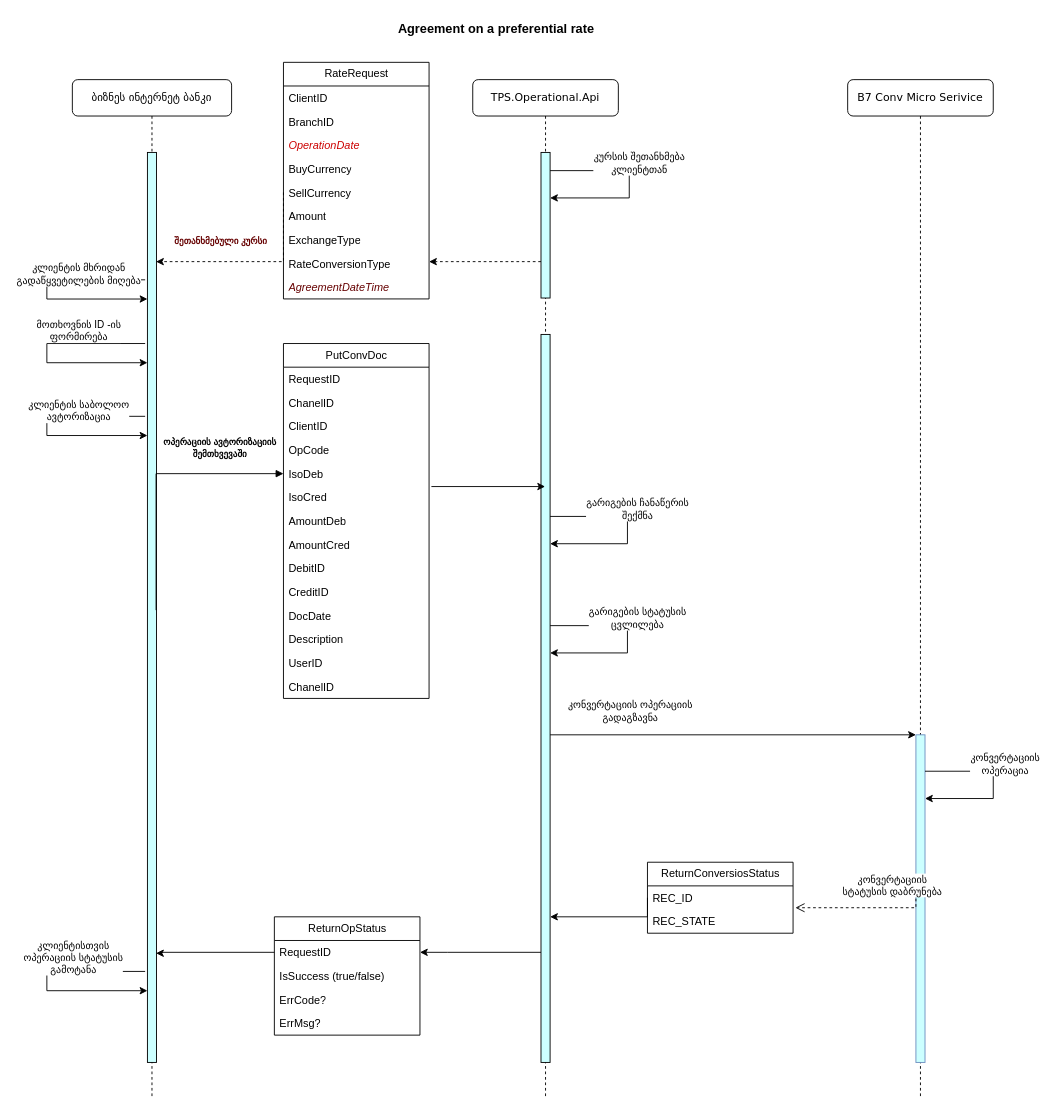
Earlier version of the draw.io diagram page "შეღავთიანი კურსზე სიტყვიერი შეთანხმება SD" (2 of 4) of RateDealSequenceDiagramB7.drawio (vaso514d/drawio). Source tidied: cells renumbered, new cells numbered last; positions are measured from the earlier drawing's top-left corner, leaving out a move shared by most shapes. Both pictures are drawn from the tidied source at 91%, with x=0, y=0 at pixel (46, 15).
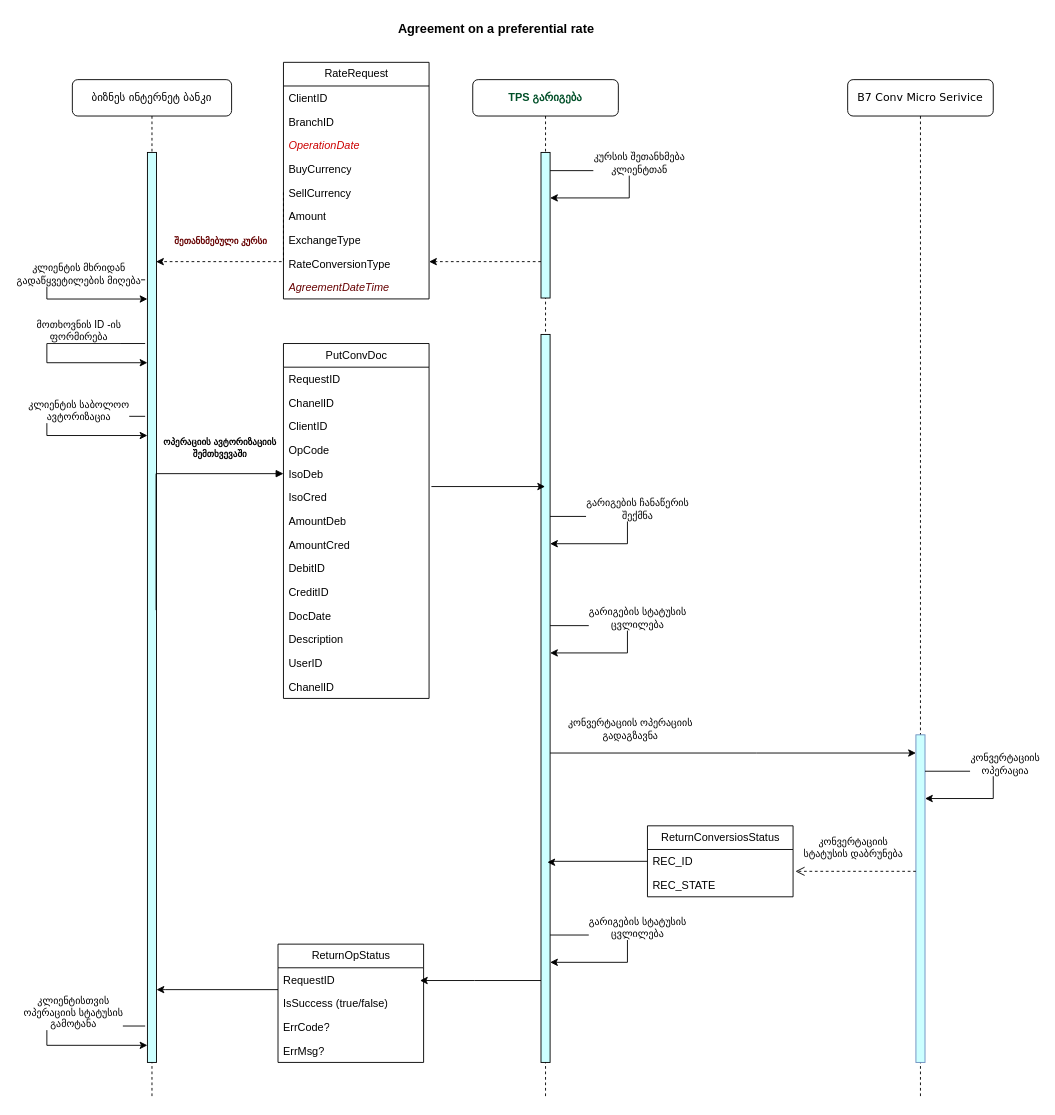
The same diagram, later.

Unchanged cells that the change refers to:
```xml
<mxCell id="2" value="ბიზნეს ინტერნეტ ბანკი" style="shape=umlLifeline;perimeter=lifelinePerimeter;whiteSpace=wrap;html=1;rounded=1;shadow=0;comic=0;labelBackgroundColor=none;strokeWidth=1;fontFamily=Verdana;fontSize=12;align=center;" parent="1" vertex="1">
  <mxGeometry x="28" y="70" width="175" height="1120" as="geometry" />
</mxCell>
<mxCell id="3" style="html=1;points=[];perimeter=orthogonalPerimeter;rounded=0;shadow=0;comic=0;labelBackgroundColor=none;strokeWidth=1;fontFamily=Verdana;fontSize=12;align=center;fillColor=#CCFFFF;" parent="2" vertex="1">
  <mxGeometry x="82.5" y="80" width="10" height="1000" as="geometry" />
</mxCell>
<mxCell id="14" style="html=1;points=[];perimeter=orthogonalPerimeter;outlineConnect=0;targetShapes=umlLifeline;portConstraint=eastwest;newEdgeStyle={&quot;edgeStyle&quot;:&quot;elbowEdgeStyle&quot;,&quot;elbow&quot;:&quot;vertical&quot;,&quot;curved&quot;:0,&quot;rounded&quot;:0};fillColor=#CCFFFF;" parent="12" vertex="1">
  <mxGeometry x="75" y="280" width="10" height="800" as="geometry" />
</mxCell>
<mxCell id="32" value="B7 Conv Micro Serivice" style="shape=umlLifeline;perimeter=lifelinePerimeter;whiteSpace=wrap;html=1;rounded=1;shadow=0;comic=0;labelBackgroundColor=none;strokeWidth=1;fontFamily=Verdana;fontSize=12;align=center;" parent="1" vertex="1">
  <mxGeometry x="880" y="70" width="160" height="1120" as="geometry" />
</mxCell>
<mxCell id="33" style="html=1;points=[];perimeter=orthogonalPerimeter;outlineConnect=0;targetShapes=umlLifeline;portConstraint=eastwest;newEdgeStyle={&quot;edgeStyle&quot;:&quot;elbowEdgeStyle&quot;,&quot;elbow&quot;:&quot;vertical&quot;,&quot;curved&quot;:0,&quot;rounded&quot;:0};fillColor=#CCFFFF;strokeColor=#6c8ebf;" parent="32" vertex="1">
  <mxGeometry x="75" y="720" width="10" height="360" as="geometry" />
</mxCell>
<mxCell id="39" value="RequestID" style="text;strokeColor=none;fillColor=none;align=left;verticalAlign=top;spacingLeft=4;spacingRight=4;overflow=hidden;points=[[0,0.5],[1,0.5]];portConstraint=eastwest;whiteSpace=wrap;html=1;fontColor=#000000;" parent="38" vertex="1">
  <mxGeometry y="26" width="160" height="26" as="geometry" />
</mxCell>
<mxCell id="64" value="REC_ID" style="text;strokeColor=none;fillColor=none;align=left;verticalAlign=top;spacingLeft=4;spacingRight=4;overflow=hidden;points=[[0,0.5],[1,0.5]];portConstraint=eastwest;whiteSpace=wrap;html=1;fontColor=#000000;" parent="63" vertex="1">
  <mxGeometry y="26" width="160" height="26" as="geometry" />
</mxCell>
```

What changed in the source:
```diff
@@
     <mxCell id="8" style="endArrow=classic;html=1;rounded=0;strokeColor=default;edgeStyle=orthogonalEdgeStyle;exitX=0.2;exitY=0.153;exitDx=0;exitDy=0;exitPerimeter=0;" parent="2" edge="1">
       <mxGeometry relative="1" as="geometry">
-        <mxPoint x="80" y="980" as="sourcePoint" />
-        <mxPoint x="82.5" y="1001.2" as="targetPoint" />
+        <mxPoint x="80" y="1040" as="sourcePoint" />
+        <mxPoint x="82.5" y="1061.2" as="targetPoint" />
         <Array as="points">
-          <mxPoint x="-28" y="980" />
-          <mxPoint x="-28" y="1001" />
+          <mxPoint x="-28" y="1040" />
+          <mxPoint x="-28" y="1061" />
         </Array>
       </mxGeometry>
     </mxCell>
@@
-    <mxCell id="12" value="TPS.Operational.Api" style="shape=umlLifeline;perimeter=lifelinePerimeter;whiteSpace=wrap;html=1;outlineConnect=0;rounded=1;shadow=0;comic=0;labelBackgroundColor=none;strokeWidth=1;fontFamily=Verdana;fontSize=12;align=center;" parent="1" vertex="1">
+    <mxCell id="12" value="&lt;b style=&quot;border-color: var(--border-color); font-family: Helvetica; color: rgb(0, 79, 40);&quot;&gt;TPS&amp;nbsp;გარიგება&lt;/b&gt;" style="shape=umlLifeline;perimeter=lifelinePerimeter;whiteSpace=wrap;html=1;outlineConnect=0;rounded=1;shadow=0;comic=0;labelBackgroundColor=none;strokeWidth=1;fontFamily=Verdana;fontSize=12;align=center;" parent="1" vertex="1">
       <mxGeometry x="468" y="70" width="160" height="1120" as="geometry" />
     </mxCell>
@@
+    <mxCell id="70" style="endArrow=classic;html=1;rounded=0;strokeColor=default;edgeStyle=orthogonalEdgeStyle;" parent="12" edge="1">
+      <mxGeometry relative="1" as="geometry">
+        <mxPoint x="85" y="940" as="sourcePoint" />
+        <mxPoint x="85" y="970" as="targetPoint" />
+        <Array as="points">
+          <mxPoint x="170" y="940.5" />
+          <mxPoint x="170" y="970.5" />
+        </Array>
+      </mxGeometry>
+    </mxCell>
+    <mxCell id="71" value="გარიგების სტატუსის&lt;br&gt;ცვლილება" style="edgeLabel;html=1;align=center;verticalAlign=middle;" parent="70" vertex="1">
+      <mxGeometry x="-0.23" y="1" relative="1" as="geometry">
+        <mxPoint x="18" y="-8" as="offset" />
+      </mxGeometry>
+    </mxCell>
@@
     <mxCell id="36" value="კონვერტაციის&lt;br&gt;სტატუსის დაბრუნება" style="html=1;verticalAlign=bottom;endArrow=open;dashed=1;endSize=8;edgeStyle=elbowEdgeStyle;elbow=vertical;curved=0;rounded=0;entryX=1.016;entryY=0.91;entryDx=0;entryDy=0;entryPerimeter=0;" parent="32" edge="1" target="64">
-      <mxGeometry x="-0.48" y="-9" relative="1" as="geometry">
-        <mxPoint x="75" y="900" as="sourcePoint" />
+      <mxGeometry x="0.04" y="-10" relative="1" as="geometry">
+        <mxPoint x="75" y="870" as="sourcePoint" />
         <Array as="points">
-          <mxPoint x="-90" y="910" />
+          <mxPoint x="20" y="870" />
           <mxPoint x="-284.5" y="900" />
           <mxPoint x="-84.5" y="911" />
           <mxPoint x="-114.5" y="901" />
           <mxPoint x="-174.5" y="731" />
           <mxPoint x="-404.5" y="901" />
           <mxPoint x="-154.5" y="891" />
           <mxPoint x="-394.5" y="631" />
           <mxPoint x="-424.5" y="641" />
           <mxPoint x="-484.5" y="651" />
           <mxPoint x="-124.5" y="685" />
           <mxPoint x="-114.5" y="691" />
           <mxPoint x="-164.5" y="696" />
           <mxPoint x="-104.5" y="689" />
           <mxPoint x="-454.5" y="681" />
         </Array>
-        <mxPoint x="1" as="offset" />
       </mxGeometry>
     </mxCell>
@@
     <mxCell id="38" value="ReturnOpStatus" style="swimlane;fontStyle=0;horizontal=1;startSize=26;fillColor=none;html=1;fontColor=#000000;" parent="1" vertex="1">
-      <mxGeometry x="250" y="990" width="160" height="130" as="geometry" />
+      <mxGeometry x="254" y="1020" width="160" height="130" as="geometry" />
     </mxCell>
@@
     <mxCell id="59" style="edgeStyle=elbowEdgeStyle;rounded=0;jettySize=auto;html=1;elbow=vertical;curved=0;" parent="1" edge="1" source="14" target="33">
       <mxGeometry relative="1" as="geometry">
         <Array as="points">
+          <mxPoint x="780" y="810" />
           <mxPoint x="960" y="900" />
           <mxPoint x="890" y="910" />
           <mxPoint x="970" y="1010" />
           <mxPoint x="790" y="830" />
           <mxPoint x="960" y="680" />
         </Array>
       </mxGeometry>
     </mxCell>
@@
-    <mxCell id="61" style="edgeStyle=orthogonalEdgeStyle;rounded=0;jettySize=auto;html=1;entryX=0.95;entryY=0.88;entryDx=0;entryDy=0;entryPerimeter=0;" parent="1" edge="1" source="39" target="3">
+    <mxCell id="61" style="edgeStyle=orthogonalEdgeStyle;rounded=0;jettySize=auto;html=1;" parent="1" edge="1" source="39" target="3">
       <mxGeometry relative="1" as="geometry">
         <Array as="points">
-          <mxPoint x="124" y="1029" />
-          <mxPoint x="124" y="1030" />
+          <mxPoint x="130" y="1070" />
+          <mxPoint x="130" y="1070" />
         </Array>
       </mxGeometry>
     </mxCell>
-    <mxCell id="62" style="edgeStyle=elbowEdgeStyle;rounded=0;jettySize=auto;html=1;elbow=vertical;curved=0;entryX=1;entryY=0.5;entryDx=0;entryDy=0;" parent="1" edge="1" source="14" target="39">
+    <mxCell id="62" style="edgeStyle=elbowEdgeStyle;rounded=0;jettySize=auto;html=1;elbow=vertical;curved=0;" parent="1" edge="1" source="14">
       <mxGeometry relative="1" as="geometry">
+        <mxPoint x="410" y="1060" as="targetPoint" />
         <Array as="points">
-          <mxPoint x="440" y="1029" />
+          <mxPoint x="470" y="1060" />
+          <mxPoint x="480" y="1070" />
+          <mxPoint x="440" y="1060" />
           <mxPoint x="480" y="1040" />
           <mxPoint x="490" y="1030" />
           <mxPoint x="450" y="1100" />
         </Array>
       </mxGeometry>
     </mxCell>
     <mxCell id="63" value="ReturnConversiosStatus" style="swimlane;fontStyle=0;horizontal=1;startSize=26;fillColor=none;html=1;fontColor=#000000;" parent="1" vertex="1">
-      <mxGeometry x="660" y="930" width="160" height="78" as="geometry" />
+      <mxGeometry x="660" y="890" width="160" height="78" as="geometry" />
     </mxCell>
@@
     <mxCell id="66" style="edgeStyle=orthogonalEdgeStyle;rounded=0;jettySize=auto;html=1;exitX=0;exitY=0.5;exitDx=0;exitDy=0;" parent="1" edge="1" source="64">
       <mxGeometry relative="1" as="geometry">
-        <mxPoint x="553" y="990" as="targetPoint" />
+        <mxPoint x="550" y="930" as="targetPoint" />
         <Array as="points">
-          <mxPoint x="660" y="990" />
-          <mxPoint x="553" y="990" />
+          <mxPoint x="553" y="929" />
         </Array>
       </mxGeometry>
     </mxCell>
```
